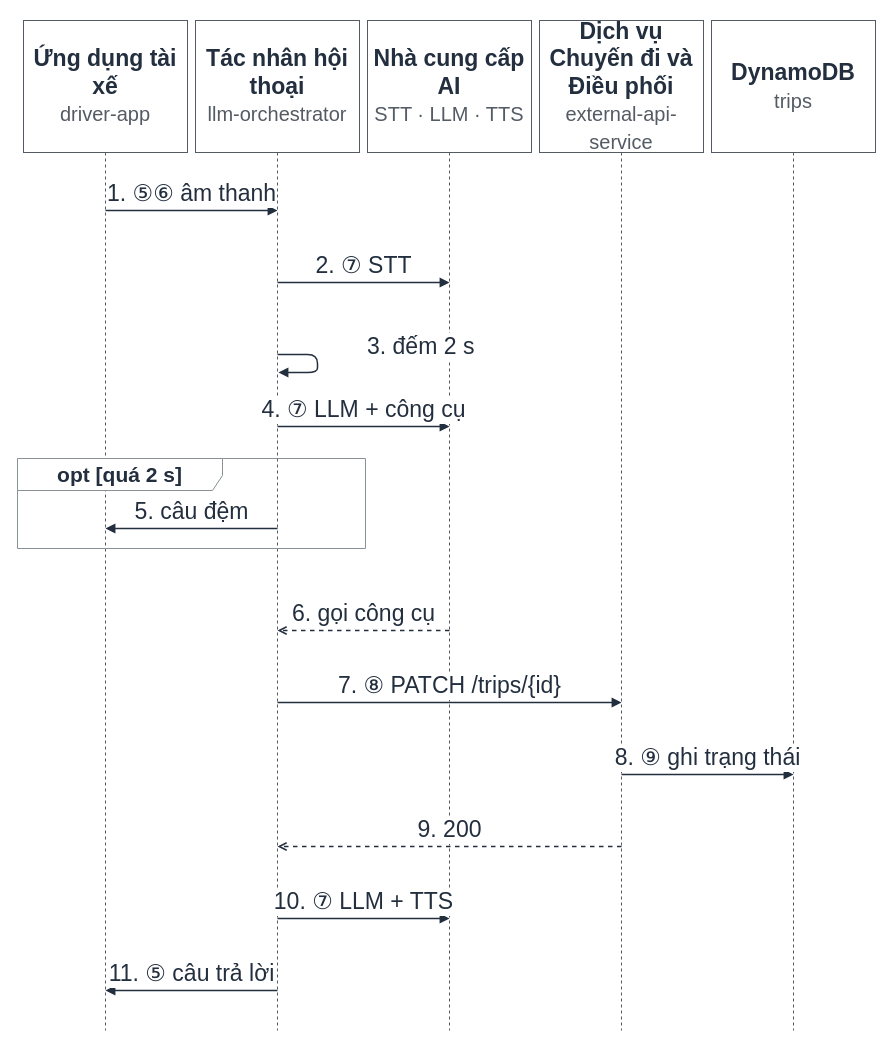
nexgenspeak-max/AI-Powered-Driver-Assistant keeps this draw.io diagram as page "S3 Một lượt hội thoại" (3 of 7) of docs/diagrams/H4_sequences.drawio. Above is the earlier version. Source tidied: cells renumbered, new cells numbered last; positions are measured from the earlier drawing's top-left corner, leaving out a move shared by most shapes. Both pictures are drawn from the tidied source at 100%, with x=0, y=0 at pixel (17, 20).
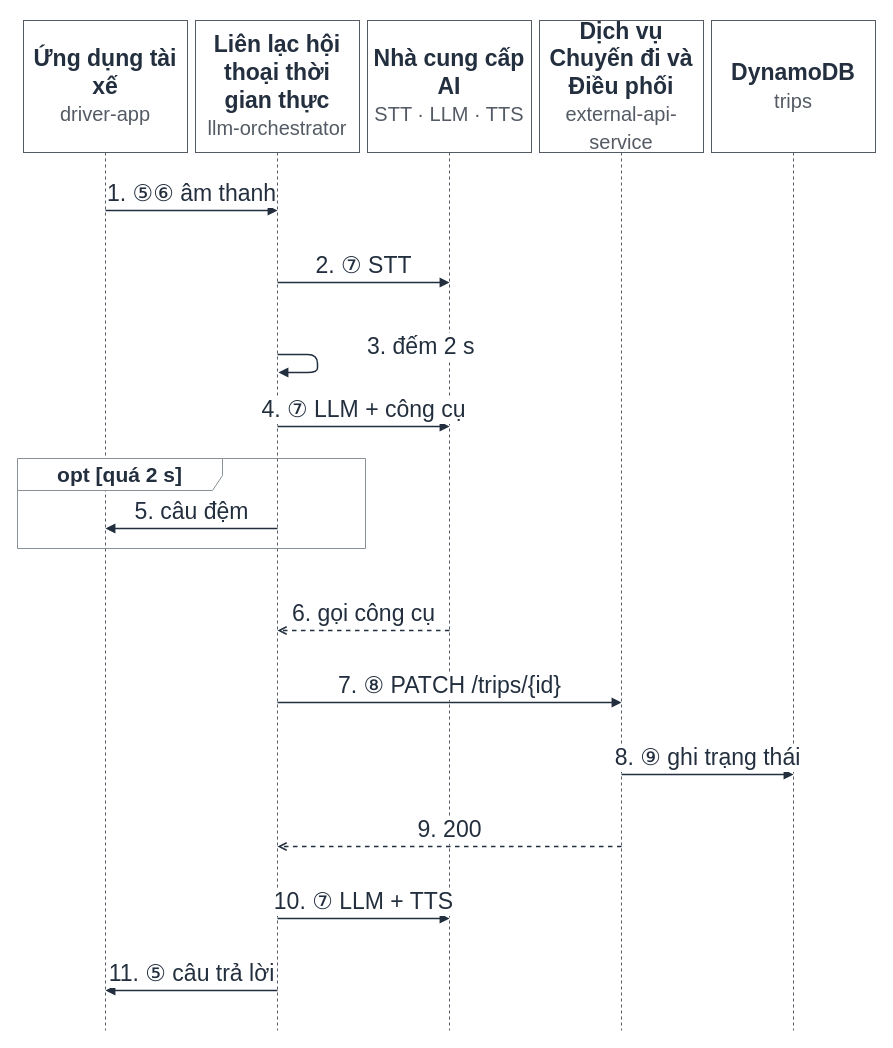
Above is the later version.

Change to the diagram source:
```diff
@@
-    <mxCell id="3" value="&lt;b&gt;Tác nhân hội thoại&lt;/b&gt;&lt;br&gt;&lt;font style=&quot;font-size:20px;color:#545B64&quot;&gt;llm-orchestrator&lt;/font&gt;" style="shape=umlLifeline;perimeter=lifelinePerimeter;whiteSpace=wrap;html=1;size=132;fillColor=#FFFFFF;strokeColor=#545B64;fontColor=#232F3E;fontSize=23;spacing=4;fontFamily=Helvetica;" parent="1" vertex="1">
+    <mxCell id="3" value="&lt;b&gt;Liên lạc hội thoại thời gian thực&lt;/b&gt;&lt;br&gt;&lt;font style=&quot;font-size:20px;color:#545B64&quot;&gt;llm-orchestrator&lt;/font&gt;" style="shape=umlLifeline;perimeter=lifelinePerimeter;whiteSpace=wrap;html=1;size=132;fillColor=#FFFFFF;strokeColor=#545B64;fontColor=#232F3E;fontSize=23;spacing=4;fontFamily=Helvetica;" parent="1" vertex="1">
       <mxGeometry x="178" width="164" height="1010" as="geometry" />
     </mxCell>
```
